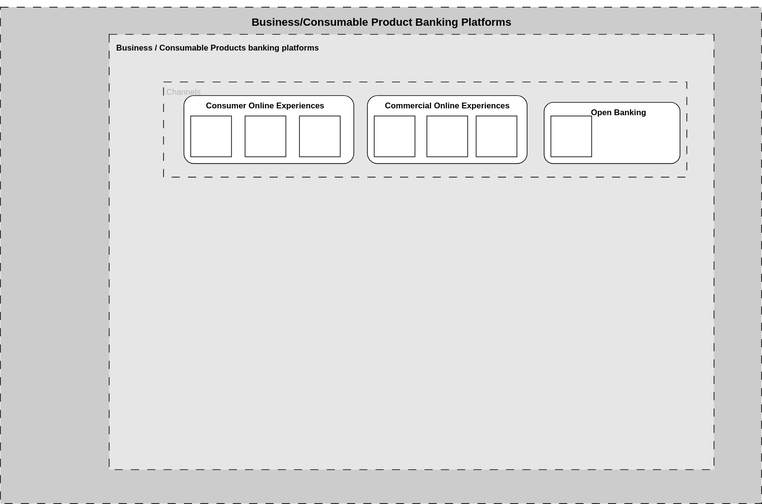
This is Work Samples/WF/WF_BPPA.drawio.svg from uchiharizvi/design-diagrams, a draw.io export, as it was before one commit. Source tidied: cells renumbered, new cells last; positions are measured from the earlier drawing's top-left corner, leaving out a move shared by most shapes.
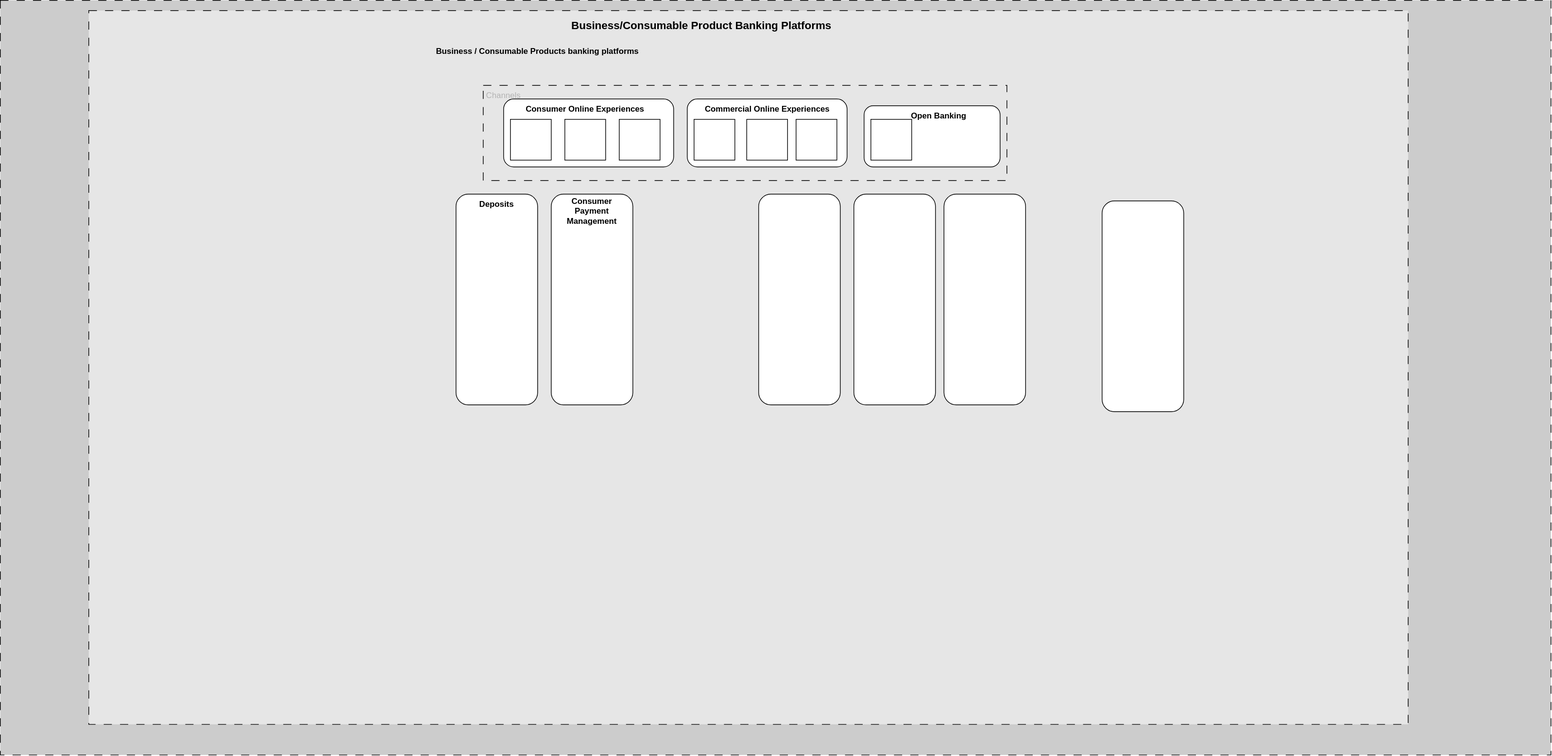
Later version of the same file.

Change to the diagram source:
```diff
@@ -3,10 +3,10 @@
     <mxCell id="0" />
     <mxCell id="1" parent="0" />
     <mxCell id="2" style="rounded=0;whiteSpace=wrap;html=1;dashed=1;dashPattern=12 12;fillColor=#CCCCCC;" parent="1" vertex="1">
-      <mxGeometry width="1120" height="730" as="geometry" />
+      <mxGeometry x="-470" y="-15" width="2280" height="1110" as="geometry" />
     </mxCell>
     <mxCell id="3" style="rounded=0;whiteSpace=wrap;html=1;dashed=1;dashPattern=12 12;fillColor=#E6E6E6;" parent="1" vertex="1">
-      <mxGeometry x="160" y="40" width="890" height="640" as="geometry" />
+      <mxGeometry x="-340" width="1940" height="1050" as="geometry" />
     </mxCell>
     <mxCell id="4" style="rounded=0;whiteSpace=wrap;html=1;dashed=1;dashPattern=12 12;strokeColor=#000000;fillColor=#E6E6E6;" parent="1" vertex="1">
       <mxGeometry x="240" y="110" width="770" height="140" as="geometry" />
@@ -59,5 +59,29 @@
     <mxCell id="20" value="&lt;b&gt;Business / Consumable Products banking platforms&lt;/b&gt;" style="text;html=1;align=center;verticalAlign=middle;whiteSpace=wrap;rounded=0;" parent="1" vertex="1">
       <mxGeometry x="160" y="45" width="320" height="30" as="geometry" />
     </mxCell>
+    <mxCell id="21" style="rounded=1;whiteSpace=wrap;html=1;" parent="1" vertex="1">
+      <mxGeometry x="200" y="270" width="120" height="310" as="geometry" />
+    </mxCell>
+    <mxCell id="22" style="rounded=1;whiteSpace=wrap;html=1;" parent="1" vertex="1">
+      <mxGeometry x="340" y="270" width="120" height="310" as="geometry" />
+    </mxCell>
+    <mxCell id="23" style="rounded=1;whiteSpace=wrap;html=1;" parent="1" vertex="1">
+      <mxGeometry x="645" y="270" width="120" height="310" as="geometry" />
+    </mxCell>
+    <mxCell id="24" style="rounded=1;whiteSpace=wrap;html=1;" parent="1" vertex="1">
+      <mxGeometry x="785" y="270" width="120" height="310" as="geometry" />
+    </mxCell>
+    <mxCell id="25" style="rounded=1;whiteSpace=wrap;html=1;" parent="1" vertex="1">
+      <mxGeometry x="917.5" y="270" width="120" height="310" as="geometry" />
+    </mxCell>
+    <mxCell id="26" style="rounded=1;whiteSpace=wrap;html=1;" parent="1" vertex="1">
+      <mxGeometry x="1150" y="280" width="120" height="310" as="geometry" />
+    </mxCell>
+    <mxCell id="27" value="&lt;b&gt;Deposits&lt;/b&gt;" style="text;html=1;align=center;verticalAlign=middle;whiteSpace=wrap;rounded=0;" parent="1" vertex="1">
+      <mxGeometry x="230" y="270" width="60" height="30" as="geometry" />
+    </mxCell>
+    <mxCell id="28" value="&lt;b&gt;Consumer Payment Management&lt;/b&gt;" style="text;html=1;align=center;verticalAlign=middle;whiteSpace=wrap;rounded=0;" parent="1" vertex="1">
+      <mxGeometry x="370" y="280" width="60" height="30" as="geometry" />
+    </mxCell>
   </root>
 </mxGraphModel>
```
